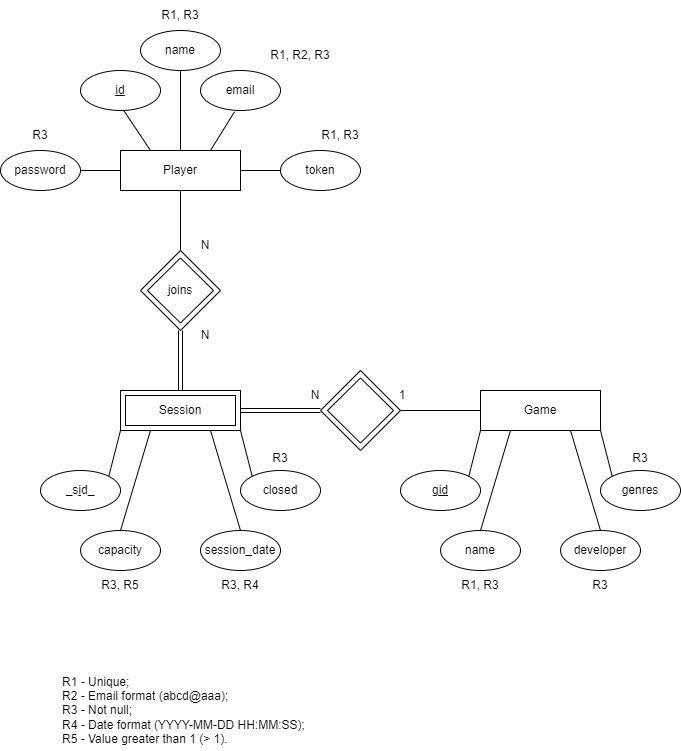
Before: Docs/ER/ER_Model.drawio.png, a diagram exported from draw.io (isel-leic-ls/2324-2-LEIC42D-G06). Source tidied: cells renumbered, new cells last; positions are measured from the earlier drawing's top-left corner, leaving out a move shared by most shapes.
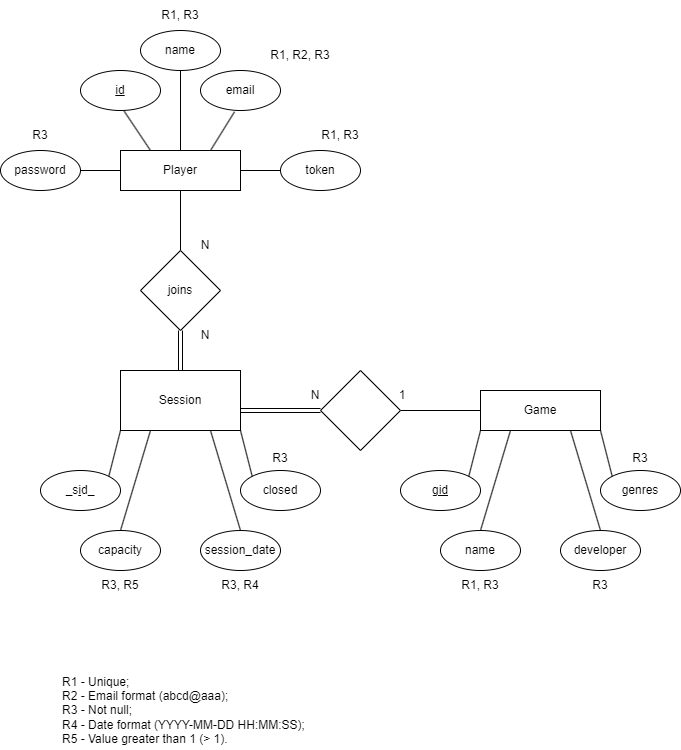
The same file after the commit.

What changed in the source:
```diff
@@ -62,11 +62,15 @@
     <mxCell id="21" value="session_date" style="ellipse;whiteSpace=wrap;html=1;fontStyle=0;" parent="1" vertex="1">
       <mxGeometry x="200" y="530" width="80" height="40" as="geometry" />
     </mxCell>
-    <mxCell id="22" style="endArrow=none;html=1;rounded=0;entryX=0.25;entryY=1;entryDx=0;entryDy=0;exitX=0.5;exitY=0;exitDx=0;exitDy=0;" parent="1" edge="1" source="20" target="30">
-      <mxGeometry relative="1" as="geometry" />
+    <mxCell id="22" style="endArrow=none;html=1;rounded=0;entryX=0.25;entryY=1;entryDx=0;entryDy=0;exitX=0.5;exitY=0;exitDx=0;exitDy=0;" parent="1" edge="1" source="20">
+      <mxGeometry relative="1" as="geometry">
+        <mxPoint x="150" y="430" as="targetPoint" />
+      </mxGeometry>
     </mxCell>
-    <mxCell id="23" style="endArrow=none;html=1;rounded=0;entryX=0.75;entryY=1;entryDx=0;entryDy=0;exitX=0.5;exitY=0;exitDx=0;exitDy=0;" parent="1" edge="1" source="21" target="30">
-      <mxGeometry relative="1" as="geometry" />
+    <mxCell id="23" style="endArrow=none;html=1;rounded=0;entryX=0.75;entryY=1;entryDx=0;entryDy=0;exitX=0.5;exitY=0;exitDx=0;exitDy=0;" parent="1" edge="1" source="21">
+      <mxGeometry relative="1" as="geometry">
+        <mxPoint x="210" y="430" as="targetPoint" />
+      </mxGeometry>
     </mxCell>
     <mxCell id="24" style="endArrow=none;html=1;rounded=0;entryX=0;entryY=0.5;entryDx=0;entryDy=0;exitX=1;exitY=0.5;exitDx=0;exitDy=0;" parent="1" edge="1" source="36" target="11">
       <mxGeometry relative="1" as="geometry" />
@@ -86,9 +90,6 @@
     <mxCell id="29" value="1" style="text;html=1;align=center;verticalAlign=middle;whiteSpace=wrap;rounded=0;" parent="1" vertex="1">
       <mxGeometry x="387" y="380" width="30" height="30" as="geometry" />
     </mxCell>
-    <mxCell id="30" value="Session" style="shape=ext;margin=3;double=1;whiteSpace=wrap;html=1;align=center;" parent="1" vertex="1">
-      <mxGeometry x="120" y="390" width="120" height="40" as="geometry" />
-    </mxCell>
     <mxCell id="31" value="password" style="ellipse;whiteSpace=wrap;html=1;fontStyle=0;" parent="1" vertex="1">
       <mxGeometry y="150" width="80" height="40" as="geometry" />
     </mxCell>
@@ -98,31 +99,31 @@
     <mxCell id="33" value="closed" style="ellipse;whiteSpace=wrap;html=1;fontStyle=0;" parent="1" vertex="1">
       <mxGeometry x="240" y="470" width="80" height="40" as="geometry" />
     </mxCell>
-    <mxCell id="34" style="shape=link;html=1;rounded=0;entryX=0.5;entryY=1;entryDx=0;entryDy=0;exitX=0.5;exitY=0;exitDx=0;exitDy=0;" parent="1" edge="1" source="30" target="35">
-      <mxGeometry relative="1" as="geometry" />
+    <mxCell id="34" style="shape=link;html=1;rounded=0;entryX=0.5;entryY=1;entryDx=0;entryDy=0;exitX=0.5;exitY=0;exitDx=0;exitDy=0;" parent="1" edge="1" target="35">
+      <mxGeometry relative="1" as="geometry">
+        <mxPoint x="180" y="390" as="sourcePoint" />
+      </mxGeometry>
     </mxCell>
-    <mxCell id="35" style="rhombus;whiteSpace=wrap;html=1;" parent="1" vertex="1">
+    <mxCell id="35" value="joins" style="rhombus;whiteSpace=wrap;html=1;" parent="1" vertex="1">
       <mxGeometry x="140" y="250" width="80" height="80" as="geometry" />
     </mxCell>
     <mxCell id="36" style="rhombus;whiteSpace=wrap;html=1;" parent="1" vertex="1">
       <mxGeometry x="320" y="370" width="80" height="80" as="geometry" />
     </mxCell>
-    <mxCell id="37" style="shape=link;html=1;rounded=0;entryX=0;entryY=0.5;entryDx=0;entryDy=0;exitX=1;exitY=0.5;exitDx=0;exitDy=0;" parent="1" edge="1" source="30" target="36">
-      <mxGeometry relative="1" as="geometry" />
+    <mxCell id="37" style="shape=link;html=1;rounded=0;entryX=0;entryY=0.5;entryDx=0;entryDy=0;exitX=1;exitY=0.5;exitDx=0;exitDy=0;" parent="1" edge="1" target="36">
+      <mxGeometry relative="1" as="geometry">
+        <mxPoint x="240" y="410" as="sourcePoint" />
+      </mxGeometry>
     </mxCell>
-    <mxCell id="38" style="rhombus;whiteSpace=wrap;html=1;" parent="1" vertex="1">
-      <mxGeometry x="327" y="377.5" width="66" height="65" as="geometry" />
-    </mxCell>
-    <mxCell id="39" value="joins" style="rhombus;whiteSpace=wrap;html=1;" parent="1" vertex="1">
-      <mxGeometry x="147" y="257.5" width="66" height="65" as="geometry" />
-    </mxCell>
     <mxCell id="40" style="endArrow=none;html=1;rounded=0;entryX=0;entryY=1;entryDx=0;entryDy=0;exitX=1;exitY=0;exitDx=0;exitDy=0;" parent="1" edge="1" source="42">
       <mxGeometry relative="1" as="geometry">
         <mxPoint x="120" y="430" as="targetPoint" />
       </mxGeometry>
     </mxCell>
-    <mxCell id="41" style="endArrow=none;html=1;rounded=0;entryX=1;entryY=1;entryDx=0;entryDy=0;exitX=0;exitY=0;exitDx=0;exitDy=0;" parent="1" edge="1" source="33" target="30">
-      <mxGeometry relative="1" as="geometry" />
+    <mxCell id="41" style="endArrow=none;html=1;rounded=0;entryX=1;entryY=1;entryDx=0;entryDy=0;exitX=0;exitY=0;exitDx=0;exitDy=0;" parent="1" edge="1" source="33">
+      <mxGeometry relative="1" as="geometry">
+        <mxPoint x="240" y="430" as="targetPoint" />
+      </mxGeometry>
     </mxCell>
     <mxCell id="42" value="_s&lt;u&gt;i&lt;/u&gt;d_" style="ellipse;whiteSpace=wrap;html=1;fontStyle=0;" parent="1" vertex="1">
       <mxGeometry x="40" y="470" width="80" height="40" as="geometry" />
@@ -160,5 +161,8 @@
     <mxCell id="53" value="R3, R5" style="text;html=1;align=center;verticalAlign=middle;whiteSpace=wrap;rounded=0;" parent="1" vertex="1">
       <mxGeometry x="80" y="570" width="80" height="30" as="geometry" />
     </mxCell>
+    <mxCell id="30" value="Session" style="rounded=0;whiteSpace=wrap;html=1;" parent="1" vertex="1">
+      <mxGeometry x="120" y="370" width="120" height="60" as="geometry" />
+    </mxCell>
   </root>
 </mxGraphModel>
```
